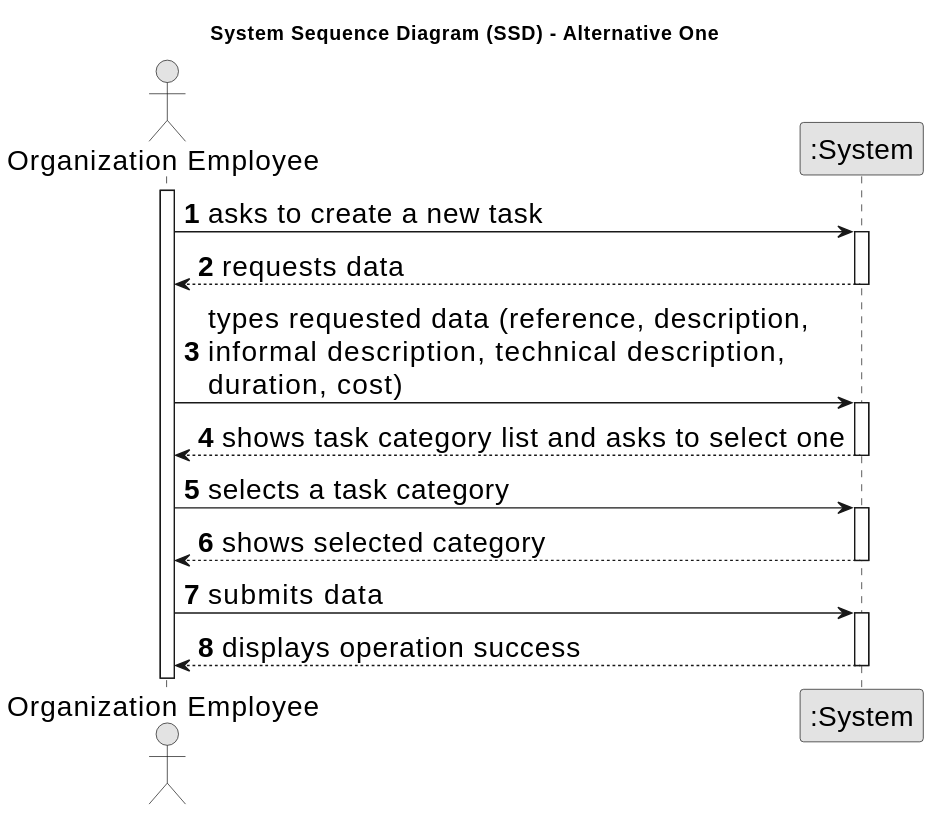
Earlier version of the PlantUML export docs/sprint01/us002/01.requirements-engineering/svg/us002-system-sequence-diagram-alternative-one.svg (TiagoMagalhaes1232507/Testando-projeto).
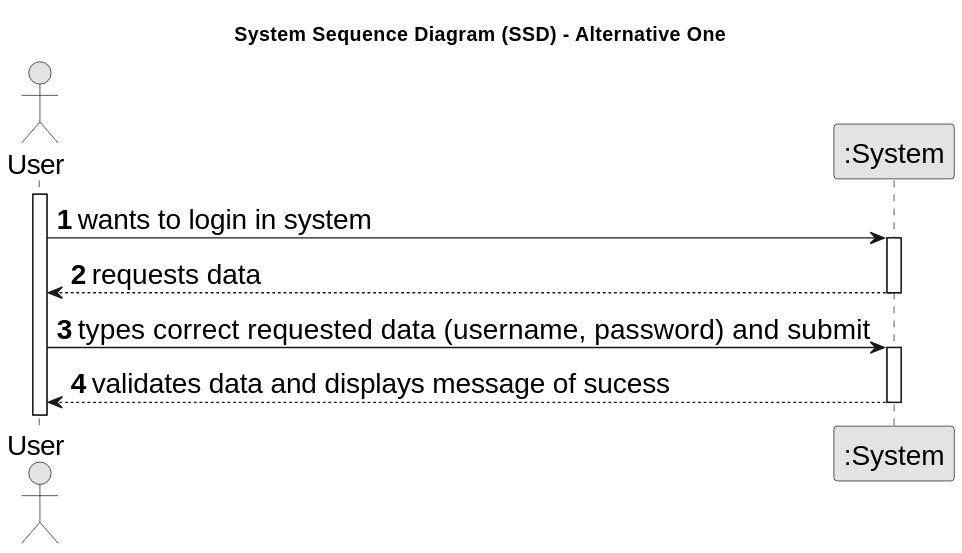
After the change.

What changed in the source:
```diff
@@ -8,32 +8,20 @@
 
 autonumber
 
-actor "Organization Employee" as Employee
+actor "User" as User
 participant ":System" as System
 
-activate Employee
+activate User
 
-    Employee -> System : asks to create a new task
+    User -> System : wants to login in system
     activate System
 
-        System --> Employee : requests data
+        System --> User : requests data
     deactivate System
 
-    Employee -> System : types requested data (reference, description, \ninformal description, technical description,\nduration, cost)
+    User -> System : types correct requested data  (username, password) and submit
     activate System
 
-        System --> Employee : shows task category list and asks to select one
-    deactivate System
-
-    Employee -> System : selects a task category
-    activate System
-
-        System --> Employee : shows selected category
-    deactivate System
-
-    Employee -> System : submits data
-    activate System
-
-        System --> Employee : displays operation success
+        System --> User : validates data and displays message of sucess
     deactivate System
 @enduml
```
